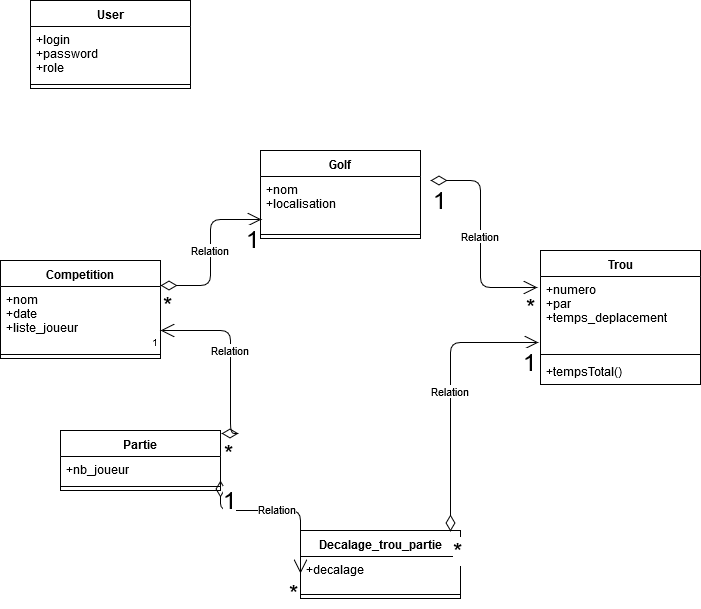
The draw.io diagram projet_golf/analyse/diagramme_classe_avancée.png in VasseurWilliam/golf, before a commit. Source tidied: cells renumbered, new cells last; positions are measured from the earlier drawing's top-left corner, leaving out a move shared by most shapes.
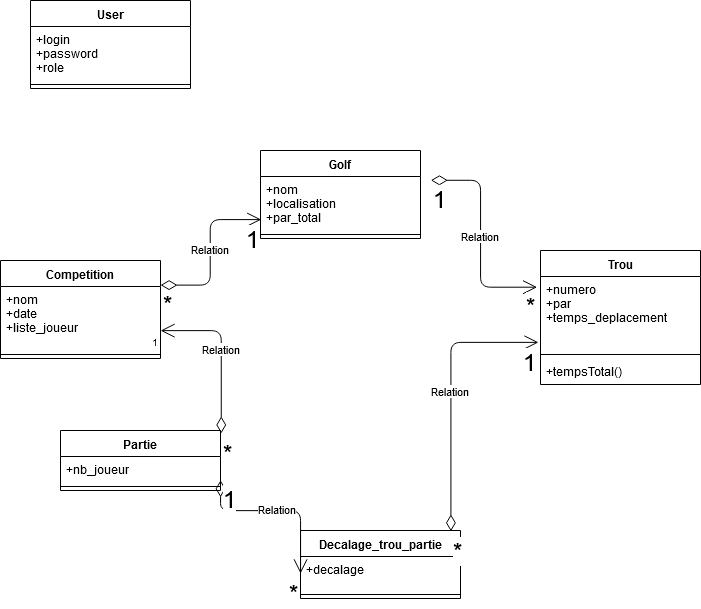
After the change.

Change to the diagram source:
```diff
@@ -5,7 +5,7 @@
     <mxCell id="2" value="Golf" style="swimlane;fontStyle=1;align=center;verticalAlign=top;horizontal=1;startSize=26;" parent="1" vertex="1">
       <mxGeometry x="260" y="150" width="160" height="88" as="geometry" />
     </mxCell>
-    <mxCell id="3" value="+nom&#10;+localisation&#10;" style="text;strokeColor=none;fillColor=none;align=left;verticalAlign=top;spacingLeft=4;spacingRight=4;overflow=hidden;points=[[0,0.5],[1,0.5]];portConstraint=eastwest;" parent="2" vertex="1">
+    <mxCell id="3" value="+nom&#10;+localisation&#10;+par_total&#10;" style="text;strokeColor=none;fillColor=none;align=left;verticalAlign=top;spacingLeft=4;spacingRight=4;overflow=hidden;points=[[0,0.5],[1,0.5]];portConstraint=eastwest;" parent="2" vertex="1">
       <mxGeometry y="26" width="160" height="54" as="geometry" />
     </mxCell>
     <mxCell id="4" style="line;strokeWidth=1;fillColor=none;align=left;verticalAlign=middle;spacingTop=-1;spacingLeft=3;spacingRight=3;labelPosition=right;" parent="2" vertex="1">
```
